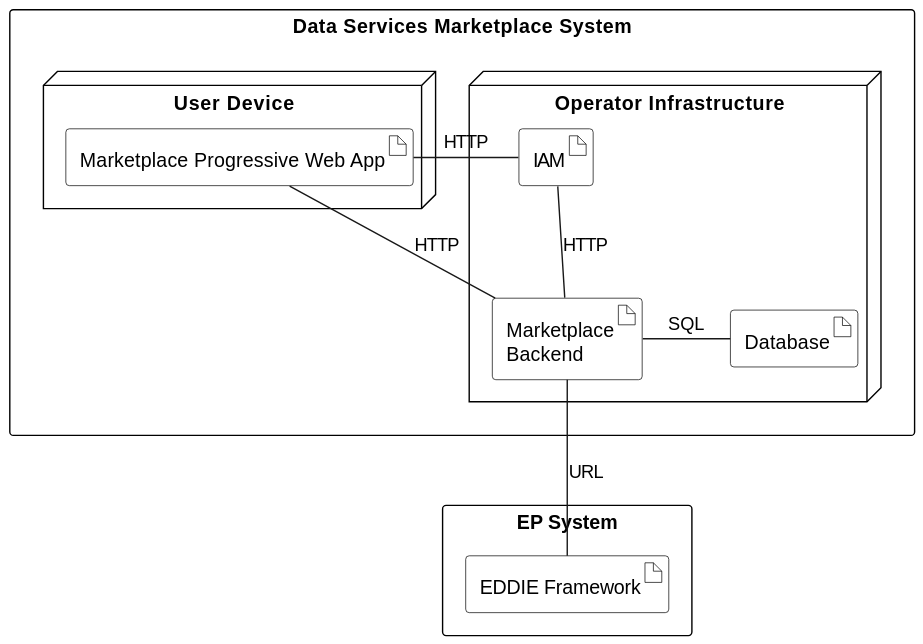
Before: arc42/marketplace/deployment-view/figures/deployment-diagram-marketplace.svg, a diagram exported from PlantUML (eddie-energy/architecture).
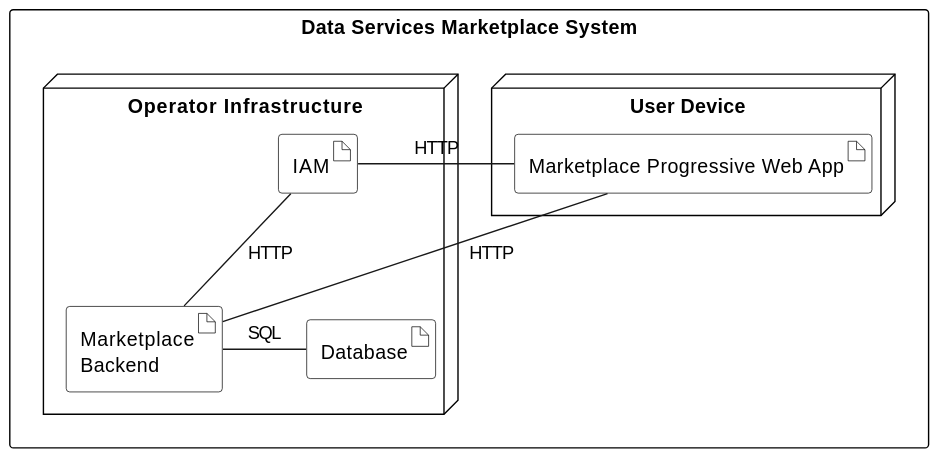
The same file after the commit.

Diff of the diagram source:
```diff
@@ -26,14 +26,7 @@
 }
 }
 
-rectangle "EP System" {
-  artifact "EDDIE Framework" as eddie
-}
-
 app -right- iam : HTTP
 app -right- marketplace : HTTP
 
-
-marketplace -down- eddie: URL
-
 @enduml
```
